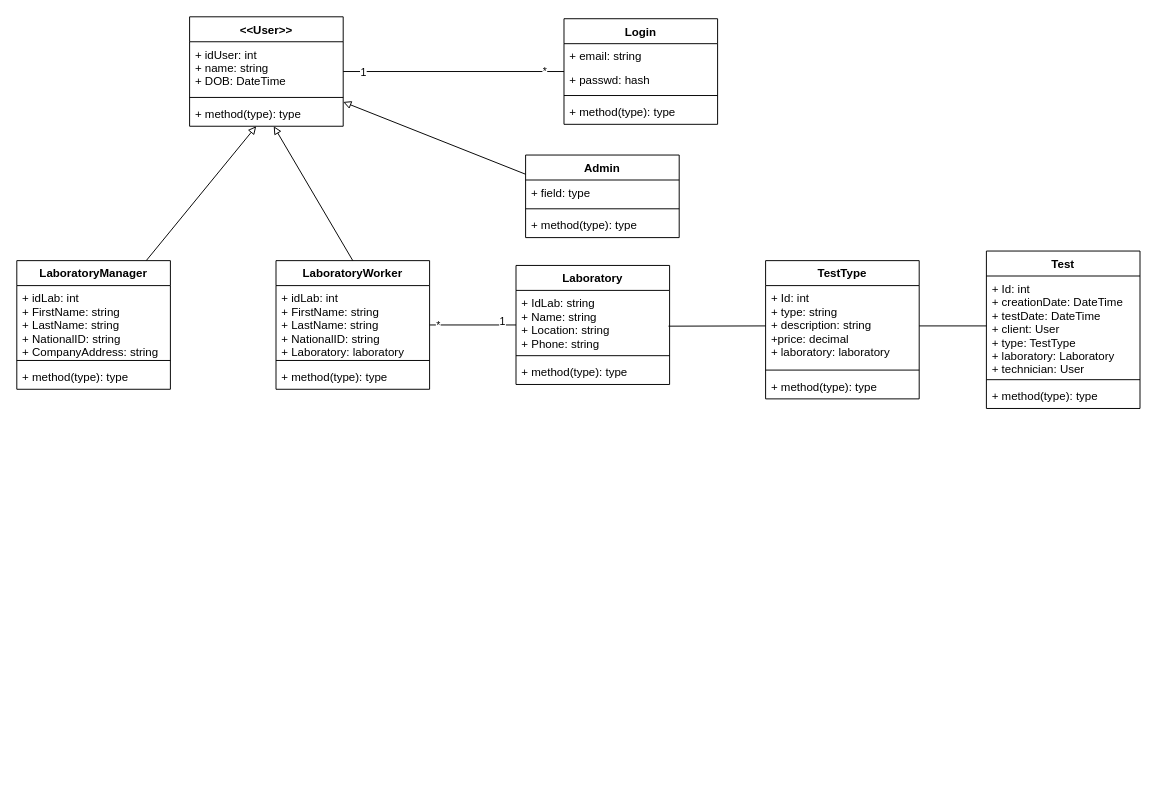
Before: page "Arreglo" (7 of 8) of Pweb.drawio in AlvarSML/ProgWebISEC_Lab, a draw.io diagram. Source tidied: cells renumbered, new cells numbered last; positions are measured from the earlier drawing's top-left corner, leaving out a move shared by most shapes. Both pictures are drawn from the tidied source at 96%, with x=0, y=0 at pixel (16, 16).
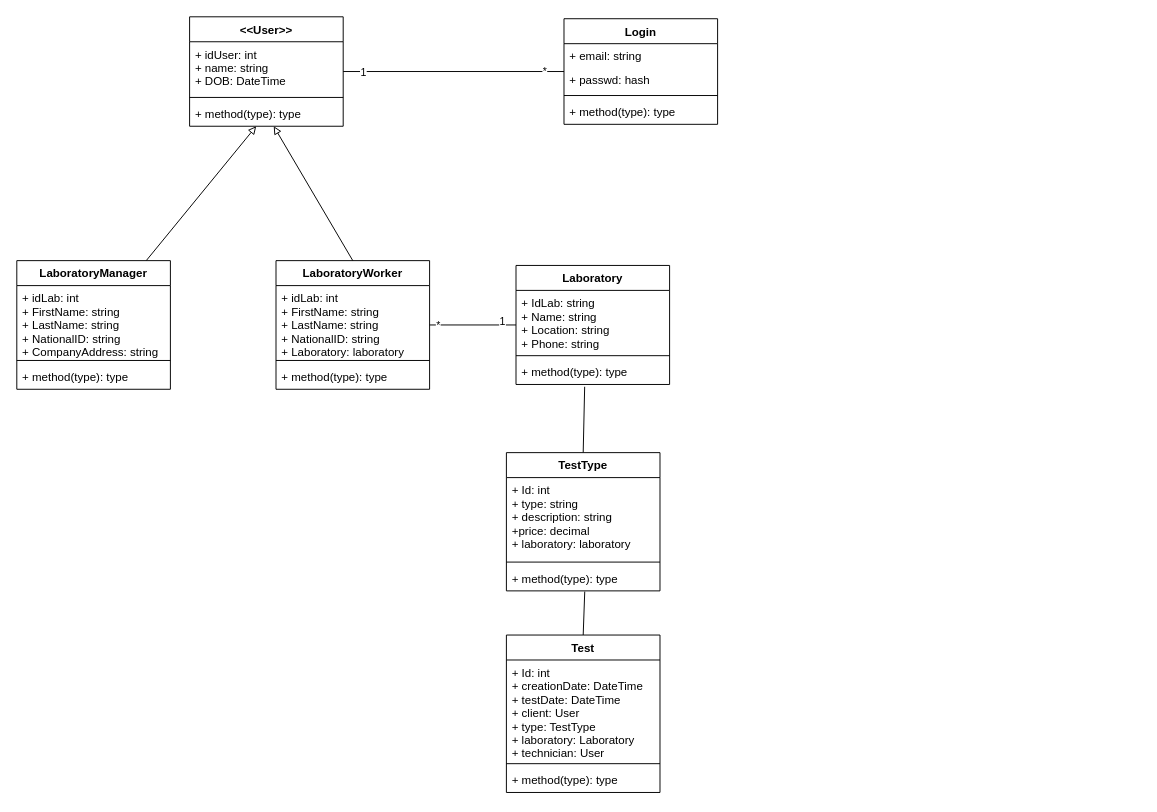
After the change.

Unchanged cells that the change refers to:
```xml
<mxCell id="15" value="&lt;&lt;User&gt;&gt;" style="swimlane;fontStyle=1;align=center;verticalAlign=top;horizontal=1;startSize=26;" parent="1" vertex="1">
  <mxGeometry x="180" width="160" height="114" as="geometry" />
</mxCell>
<mxCell id="20" value="+ IdLab: string&#10;+ Name: string&#10;+ Location: string&#10;+ Phone: string" style="text;strokeColor=none;fillColor=none;align=left;verticalAlign=top;spacingLeft=4;spacingRight=4;overflow=hidden;points=[[0,0.5],[1,0.5]];portConstraint=eastwest;" parent="19" vertex="1">
  <mxGeometry y="26" width="160" height="64" as="geometry" />
</mxCell>
<mxCell id="22" value="+ method(type): type" style="text;strokeColor=none;fillColor=none;align=left;verticalAlign=top;spacingLeft=4;spacingRight=4;overflow=hidden;points=[[0,0.5],[1,0.5]];portConstraint=eastwest;" parent="19" vertex="1">
  <mxGeometry y="98" width="160" height="26" as="geometry" />
</mxCell>
<mxCell id="37" value="+ Id: int&#10;+ creationDate: DateTime&#10;+ testDate: DateTime&#10;+ client: User&#10;+ type: TestType&#10;+ laboratory: Laboratory&#10;+ technician: User" style="text;strokeColor=none;fillColor=none;align=left;verticalAlign=top;spacingLeft=4;spacingRight=4;overflow=hidden;points=[[0,0.5],[1,0.5]];portConstraint=eastwest;" parent="36" vertex="1">
  <mxGeometry y="26" width="160" height="104" as="geometry" />
</mxCell>
<mxCell id="41" value="+ Id: int&#10;+ type: string&#10;+ description: string&#10;+price: decimal&#10;+ laboratory: laboratory" style="text;strokeColor=none;fillColor=none;align=left;verticalAlign=top;spacingLeft=4;spacingRight=4;overflow=hidden;points=[[0,0.5],[1,0.5]];portConstraint=eastwest;" parent="40" vertex="1">
  <mxGeometry y="26" width="160" height="84" as="geometry" />
</mxCell>
<mxCell id="43" value="+ method(type): type" style="text;strokeColor=none;fillColor=none;align=left;verticalAlign=top;spacingLeft=4;spacingRight=4;overflow=hidden;points=[[0,0.5],[1,0.5]];portConstraint=eastwest;" parent="40" vertex="1">
  <mxGeometry y="118" width="160" height="26" as="geometry" />
</mxCell>
```

Change to the diagram source:
```diff
@@
-    <mxCell id="23" value="Admin" style="swimlane;fontStyle=1;align=center;verticalAlign=top;horizontal=1;startSize=26;" parent="1" vertex="1">
-      <mxGeometry x="530" y="144" width="160" height="86" as="geometry" />
-    </mxCell>
-    <mxCell id="24" value="+ field: type" style="text;strokeColor=none;fillColor=none;align=left;verticalAlign=top;spacingLeft=4;spacingRight=4;overflow=hidden;" parent="23" vertex="1">
-      <mxGeometry y="26" width="160" height="26" as="geometry" />
-    </mxCell>
-    <mxCell id="25" style="line;strokeWidth=1;fillColor=none;align=left;verticalAlign=middle;spacingTop=-1;spacingLeft=3;spacingRight=3;labelPosition=right;" parent="23" vertex="1">
-      <mxGeometry y="52" width="160" height="8" as="geometry" />
-    </mxCell>
-    <mxCell id="26" value="+ method(type): type" style="text;strokeColor=none;fillColor=none;align=left;verticalAlign=top;spacingLeft=4;spacingRight=4;overflow=hidden;" parent="23" vertex="1">
-      <mxGeometry y="60" width="160" height="26" as="geometry" />
-    </mxCell>
-    <mxCell id="27" style="edgeStyle=none;rounded=0;jettySize=auto;html=1;endArrow=block;endFill=0;strokeWidth=1;" parent="1" edge="1" target="15">
-      <mxGeometry relative="1" as="geometry">
-        <mxPoint x="530" y="164" as="sourcePoint" />
-      </mxGeometry>
-    </mxCell>
@@
-    <mxCell id="34" style="endArrow=none;html=1;rounded=0;entryX=0;entryY=0.5;entryDx=0;entryDy=0;exitX=1;exitY=0.5;exitDx=0;exitDy=0;" parent="1" edge="1" source="41" target="37">
+    <mxCell id="34" style="endArrow=none;html=1;rounded=0;entryX=0.5;entryY=0;entryDx=0;entryDy=0;exitX=0.51;exitY=1.028;exitDx=0;exitDy=0;exitPerimeter=0;" parent="1" edge="1" source="43" target="36">
       <mxGeometry relative="1" as="geometry" />
     </mxCell>
-    <mxCell id="35" style="endArrow=none;html=1;rounded=0;exitX=0;exitY=0.5;exitDx=0;exitDy=0;entryX=0.993;entryY=0.582;entryDx=0;entryDy=0;entryPerimeter=0;" parent="1" edge="1" source="41" target="20">
+    <mxCell id="35" style="endArrow=none;html=1;rounded=0;exitX=0.5;exitY=0;exitDx=0;exitDy=0;entryX=0.447;entryY=1.092;entryDx=0;entryDy=0;entryPerimeter=0;" parent="1" edge="1" source="40" target="22">
       <mxGeometry relative="1" as="geometry" />
     </mxCell>
     <mxCell id="36" value="Test" style="swimlane;fontStyle=1;align=center;verticalAlign=top;horizontal=1;startSize=26;" parent="1" vertex="1">
-      <mxGeometry x="1010" y="244" width="160" height="164" as="geometry" />
+      <mxGeometry x="510" y="644" width="160" height="164" as="geometry" />
     </mxCell>
@@
     <mxCell id="40" value="TestType" style="swimlane;fontStyle=1;align=center;verticalAlign=top;horizontal=1;startSize=26;" parent="1" vertex="1">
-      <mxGeometry x="780" y="254" width="160" height="144" as="geometry" />
+      <mxGeometry x="510" y="454" width="160" height="144" as="geometry" />
     </mxCell>
```
